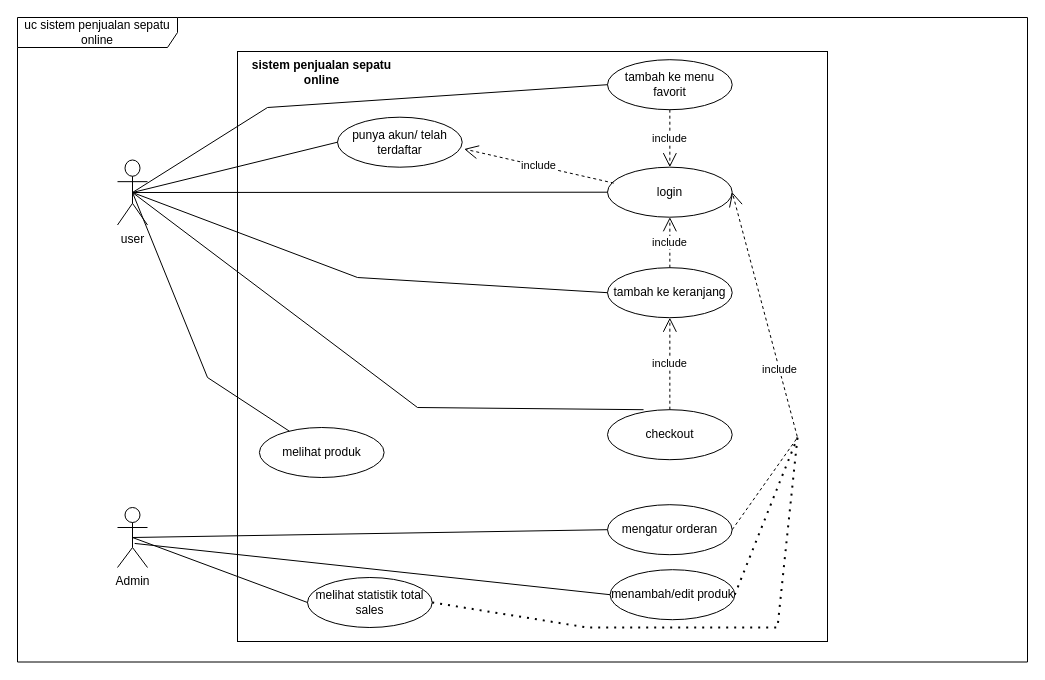
The draw.io diagram usecaseDiagram.drawio in romijatmiko/2N2R-SHOES-WEBSITE, before the edit. Source tidied: cells renumbered, new cells numbered last; positions are measured from the earlier drawing's top-left corner, leaving out a move shared by most shapes. Both pictures are drawn from the tidied source at 100%, with x=0, y=0 at pixel (17, 17).
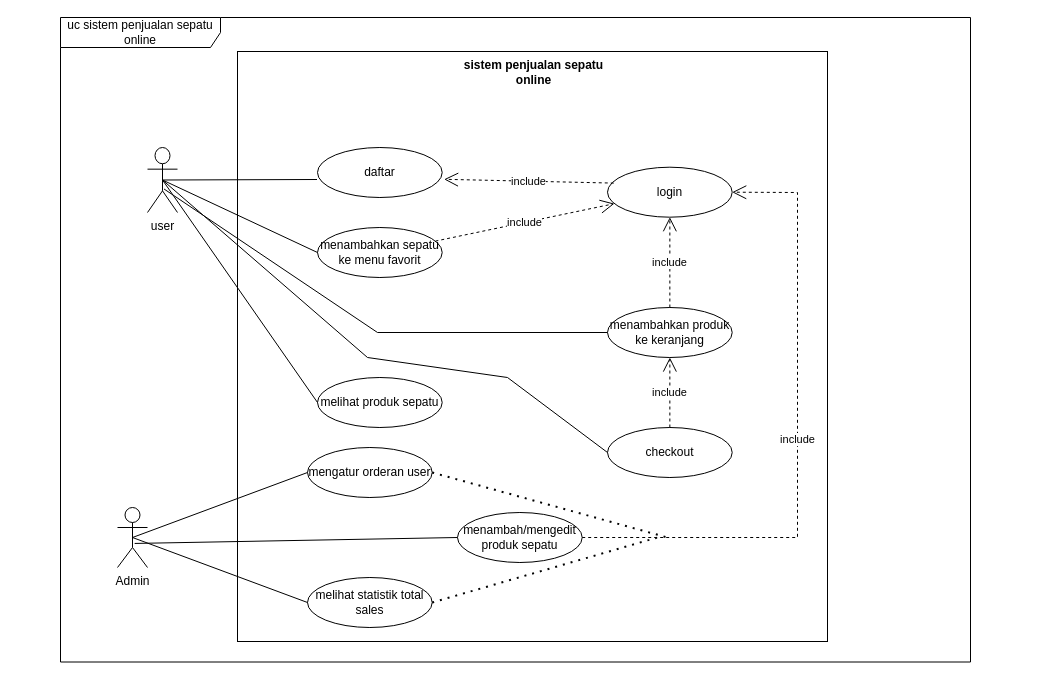
The same page after the edit.

Unchanged cells that the change refers to:
```xml
<mxCell id="11" value="login" style="ellipse;whiteSpace=wrap;html=1;" parent="1" vertex="1">
  <mxGeometry x="590" y="149.7" width="124.7" height="50" as="geometry" />
</mxCell>
<mxCell id="21" value="melihat statistik total sales" style="ellipse;whiteSpace=wrap;html=1;" parent="1" vertex="1">
  <mxGeometry x="290" y="560" width="124.7" height="50" as="geometry" />
</mxCell>
```

The edit, as a diff of the source:
```diff
@@
     <mxCell id="2" value="uc sistem penjualan sepatu online" style="shape=umlFrame;whiteSpace=wrap;html=1;width=160;height=30;" parent="1" vertex="1">
-      <mxGeometry width="1010" height="644.5" as="geometry" />
+      <mxGeometry x="43" width="910" height="644.5" as="geometry" />
     </mxCell>
@@
     <mxCell id="4" value="user" style="shape=umlActor;verticalLabelPosition=bottom;verticalAlign=top;html=1;" parent="1" vertex="1">
-      <mxGeometry x="100" y="142.5" width="30" height="65" as="geometry" />
+      <mxGeometry x="130" y="130" width="30" height="65" as="geometry" />
     </mxCell>
     <mxCell id="5" value="&lt;b&gt;sistem penjualan sepatu online&lt;/b&gt;" style="text;html=1;strokeColor=none;fillColor=none;align=center;verticalAlign=middle;whiteSpace=wrap;rounded=0;" parent="1" vertex="1">
-      <mxGeometry x="230" y="40" width="148.5" height="30" as="geometry" />
+      <mxGeometry x="441.5" y="40" width="148.5" height="30" as="geometry" />
     </mxCell>
@@
-    <mxCell id="7" value="melihat produk" style="ellipse;whiteSpace=wrap;html=1;" parent="1" vertex="1">
-      <mxGeometry x="241.9" y="410" width="124.7" height="50" as="geometry" />
+    <mxCell id="7" value="melihat produk sepatu" style="ellipse;whiteSpace=wrap;html=1;" parent="1" vertex="1">
+      <mxGeometry x="300" y="360" width="124.7" height="50" as="geometry" />
     </mxCell>
-    <mxCell id="8" value="tambah ke keranjang" style="ellipse;whiteSpace=wrap;html=1;" parent="1" vertex="1">
-      <mxGeometry x="590" y="250.2" width="124.7" height="50" as="geometry" />
+    <mxCell id="8" value="menambahkan produk ke keranjang" style="ellipse;whiteSpace=wrap;html=1;" parent="1" vertex="1">
+      <mxGeometry x="590" y="290" width="124.7" height="50" as="geometry" />
     </mxCell>
     <mxCell id="9" value="checkout" style="ellipse;whiteSpace=wrap;html=1;" parent="1" vertex="1">
-      <mxGeometry x="590" y="392.2" width="124.7" height="50" as="geometry" />
+      <mxGeometry x="590" y="410" width="124.7" height="50" as="geometry" />
     </mxCell>
-    <mxCell id="10" value="tambah ke menu favorit" style="ellipse;whiteSpace=wrap;html=1;" parent="1" vertex="1">
-      <mxGeometry x="590" y="42.2" width="124.7" height="50" as="geometry" />
+    <mxCell id="10" value="menambahkan sepatu ke menu favorit" style="ellipse;whiteSpace=wrap;html=1;" parent="1" vertex="1">
+      <mxGeometry x="300" y="210" width="124.7" height="50" as="geometry" />
     </mxCell>
@@
-    <mxCell id="12" value="punya akun/ telah terdaftar" style="ellipse;whiteSpace=wrap;html=1;" parent="1" vertex="1">
-      <mxGeometry x="320" y="99.7" width="124.7" height="50" as="geometry" />
+    <mxCell id="12" value="daftar" style="ellipse;whiteSpace=wrap;html=1;" parent="1" vertex="1">
+      <mxGeometry x="300" y="130" width="124.7" height="50" as="geometry" />
     </mxCell>
-    <mxCell id="13" style="endArrow=none;html=1;rounded=0;exitX=0.5;exitY=0.5;exitDx=0;exitDy=0;exitPerimeter=0;" parent="1" edge="1" source="4" target="7">
-      <mxGeometry relative="1" as="geometry">
-        <Array as="points">
-          <mxPoint x="190" y="360" />
-        </Array>
-      </mxGeometry>
-    </mxCell>
-    <mxCell id="14" style="endArrow=none;html=1;rounded=0;exitX=0.5;exitY=0.5;exitDx=0;exitDy=0;exitPerimeter=0;entryX=0;entryY=0.5;entryDx=0;entryDy=0;" parent="1" edge="1" source="4" target="10">
-      <mxGeometry relative="1" as="geometry">
-        <Array as="points">
-          <mxPoint x="250" y="90" />
-        </Array>
-      </mxGeometry>
-    </mxCell>
-    <mxCell id="15" style="endArrow=none;html=1;rounded=0;exitX=0.5;exitY=0.5;exitDx=0;exitDy=0;exitPerimeter=0;entryX=0;entryY=0.5;entryDx=0;entryDy=0;" parent="1" edge="1" source="4" target="8">
-      <mxGeometry relative="1" as="geometry">
-        <Array as="points">
-          <mxPoint x="340" y="260" />
-        </Array>
-      </mxGeometry>
-    </mxCell>
-    <mxCell id="16" style="endArrow=none;html=1;rounded=0;exitX=0.5;exitY=0.5;exitDx=0;exitDy=0;exitPerimeter=0;entryX=0.289;entryY=0;entryDx=0;entryDy=0;entryPerimeter=0;" parent="1" edge="1" source="4" target="9">
-      <mxGeometry relative="1" as="geometry">
-        <Array as="points">
-          <mxPoint x="400" y="390" />
-        </Array>
-      </mxGeometry>
-    </mxCell>
@@
-    <mxCell id="18" value="include" style="endArrow=open;endSize=12;dashed=1;html=1;rounded=0;entryX=0.5;entryY=0;entryDx=0;entryDy=0;" parent="1" edge="1" source="10" target="11">
+    <mxCell id="18" value="include" style="endArrow=open;endSize=12;dashed=1;html=1;rounded=0;" parent="1" edge="1" source="10" target="11">
       <mxGeometry relative="1" as="geometry" />
     </mxCell>
-    <mxCell id="19" value="menambah/edit produk" style="ellipse;whiteSpace=wrap;html=1;" parent="1" vertex="1">
-      <mxGeometry x="592.6" y="552.2" width="124.7" height="50" as="geometry" />
+    <mxCell id="19" value="menambah/mengedit produk sepatu" style="ellipse;whiteSpace=wrap;html=1;" parent="1" vertex="1">
+      <mxGeometry x="440" y="495" width="124.7" height="50" as="geometry" />
     </mxCell>
-    <mxCell id="20" value="mengatur orderan" style="ellipse;whiteSpace=wrap;html=1;" parent="1" vertex="1">
-      <mxGeometry x="590" y="487.2" width="124.7" height="50" as="geometry" />
+    <mxCell id="20" value="mengatur orderan user" style="ellipse;whiteSpace=wrap;html=1;" parent="1" vertex="1">
+      <mxGeometry x="290" y="430" width="124.7" height="50" as="geometry" />
     </mxCell>
@@
-    <mxCell id="24" style="endArrow=none;html=1;rounded=0;exitX=0.5;exitY=0.5;exitDx=0;exitDy=0;exitPerimeter=0;entryX=0;entryY=0.5;entryDx=0;entryDy=0;" parent="1" edge="1" source="4" target="12">
-      <mxGeometry relative="1" as="geometry" />
-    </mxCell>
-    <mxCell id="25" style="endArrow=none;html=1;rounded=0;exitX=0.5;exitY=0.5;exitDx=0;exitDy=0;exitPerimeter=0;entryX=0;entryY=0.5;entryDx=0;entryDy=0;" parent="1" edge="1" source="4" target="11">
-      <mxGeometry relative="1" as="geometry" />
-    </mxCell>
@@
+    <mxCell id="24" style="endArrow=none;html=1;rounded=0;exitX=0.5;exitY=0.5;exitDx=0;exitDy=0;exitPerimeter=0;entryX=-0.004;entryY=0.64;entryDx=0;entryDy=0;entryPerimeter=0;" parent="1" edge="1" source="4" target="12">
+      <mxGeometry relative="1" as="geometry" />
+    </mxCell>
+    <mxCell id="14" style="endArrow=none;html=1;rounded=0;exitX=0.5;exitY=0.5;exitDx=0;exitDy=0;exitPerimeter=0;entryX=0;entryY=0.5;entryDx=0;entryDy=0;" parent="1" edge="1" source="4" target="10">
+      <mxGeometry relative="1" as="geometry" />
+    </mxCell>
+    <mxCell id="13" style="endArrow=none;html=1;rounded=0;exitX=0.5;exitY=0.5;exitDx=0;exitDy=0;exitPerimeter=0;entryX=0;entryY=0.5;entryDx=0;entryDy=0;" parent="1" edge="1" source="4" target="7">
+      <mxGeometry relative="1" as="geometry" />
+    </mxCell>
+    <mxCell id="15" style="endArrow=none;html=1;rounded=0;exitX=0.551;exitY=0.638;exitDx=0;exitDy=0;exitPerimeter=0;entryX=0;entryY=0.5;entryDx=0;entryDy=0;" parent="1" edge="1" source="4" target="8">
+      <mxGeometry relative="1" as="geometry">
+        <Array as="points">
+          <mxPoint x="360" y="315" />
+        </Array>
+      </mxGeometry>
+    </mxCell>
+    <mxCell id="16" style="endArrow=none;html=1;rounded=0;exitX=0.5;exitY=0.5;exitDx=0;exitDy=0;exitPerimeter=0;entryX=0;entryY=0.5;entryDx=0;entryDy=0;" parent="1" edge="1" source="4" target="9">
+      <mxGeometry relative="1" as="geometry">
+        <Array as="points">
+          <mxPoint x="350" y="340" />
+          <mxPoint x="490" y="360" />
+        </Array>
+      </mxGeometry>
+    </mxCell>
-    <mxCell id="29" value="include" style="endArrow=open;endSize=12;dashed=1;html=1;rounded=0;exitX=1;exitY=0.5;exitDx=0;exitDy=0;entryX=1;entryY=0.5;entryDx=0;entryDy=0;" parent="1" edge="1" source="20" target="11">
+    <mxCell id="29" value="include" style="endArrow=open;endSize=12;dashed=1;html=1;rounded=0;exitX=1;exitY=0.5;exitDx=0;exitDy=0;entryX=1;entryY=0.5;entryDx=0;entryDy=0;" parent="1" edge="1" source="19" target="11">
       <mxGeometry relative="1" as="geometry">
         <Array as="points">
-          <mxPoint x="780" y="420" />
+          <mxPoint x="780" y="520" />
+          <mxPoint x="780" y="175" />
         </Array>
       </mxGeometry>
     </mxCell>
-    <mxCell id="30" style="endArrow=none;dashed=1;html=1;dashPattern=1 3;strokeWidth=2;rounded=0;exitX=1;exitY=0.5;exitDx=0;exitDy=0;" parent="1" edge="1" source="19">
-      <mxGeometry relative="1" as="geometry">
-        <mxPoint x="780" y="420" as="targetPoint" />
-      </mxGeometry>
-    </mxCell>
-    <mxCell id="31" style="endArrow=none;dashed=1;html=1;dashPattern=1 3;strokeWidth=2;rounded=0;exitX=1;exitY=0.5;exitDx=0;exitDy=0;" parent="1" edge="1" source="21">
-      <mxGeometry relative="1" as="geometry">
-        <mxPoint x="780" y="420" as="targetPoint" />
-        <Array as="points">
-          <mxPoint x="570" y="610" />
-          <mxPoint x="760" y="610" />
-        </Array>
-      </mxGeometry>
-    </mxCell>
+    <mxCell id="32" style="endArrow=none;dashed=1;html=1;dashPattern=1 3;strokeWidth=2;rounded=0;exitX=1;exitY=0.5;exitDx=0;exitDy=0;" parent="1" edge="1" source="20">
+      <mxGeometry relative="1" as="geometry">
+        <mxPoint x="650" y="520" as="targetPoint" />
+      </mxGeometry>
+    </mxCell>
+    <mxCell id="33" style="endArrow=none;dashed=1;html=1;dashPattern=1 3;strokeWidth=2;rounded=0;exitX=1;exitY=0.5;exitDx=0;exitDy=0;" parent="1" edge="1" source="21">
+      <mxGeometry relative="1" as="geometry">
+        <mxPoint x="640" y="520" as="targetPoint" />
+      </mxGeometry>
+    </mxCell>
```
